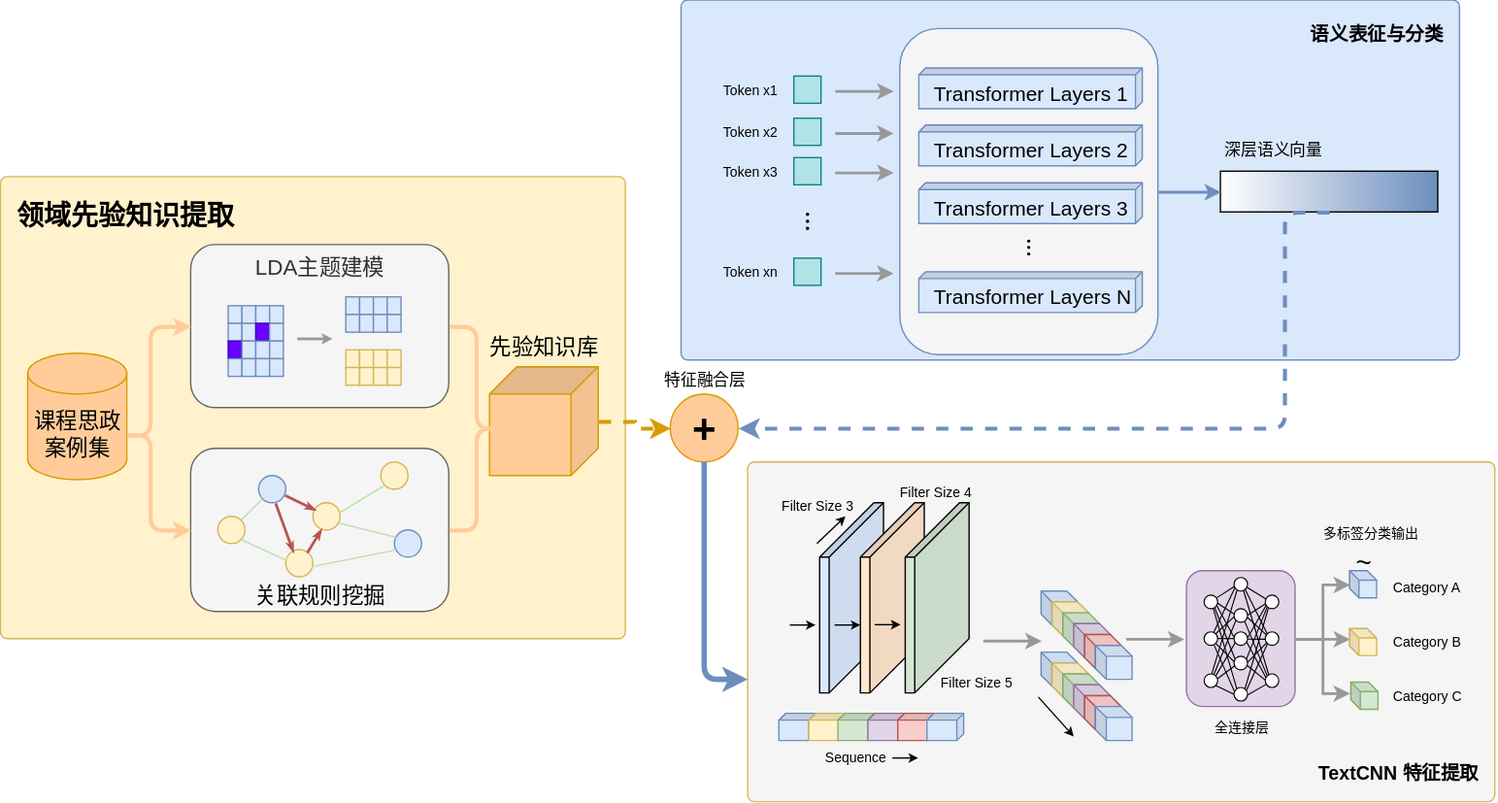
Before: 1.16小论文（思政元素）模型架构图.drawio.svg, a diagram exported from draw.io (handsome-tony/picture). Source tidied: cells renumbered, new cells last; positions are measured from the earlier drawing's top-left corner, leaving out a move shared by most shapes.
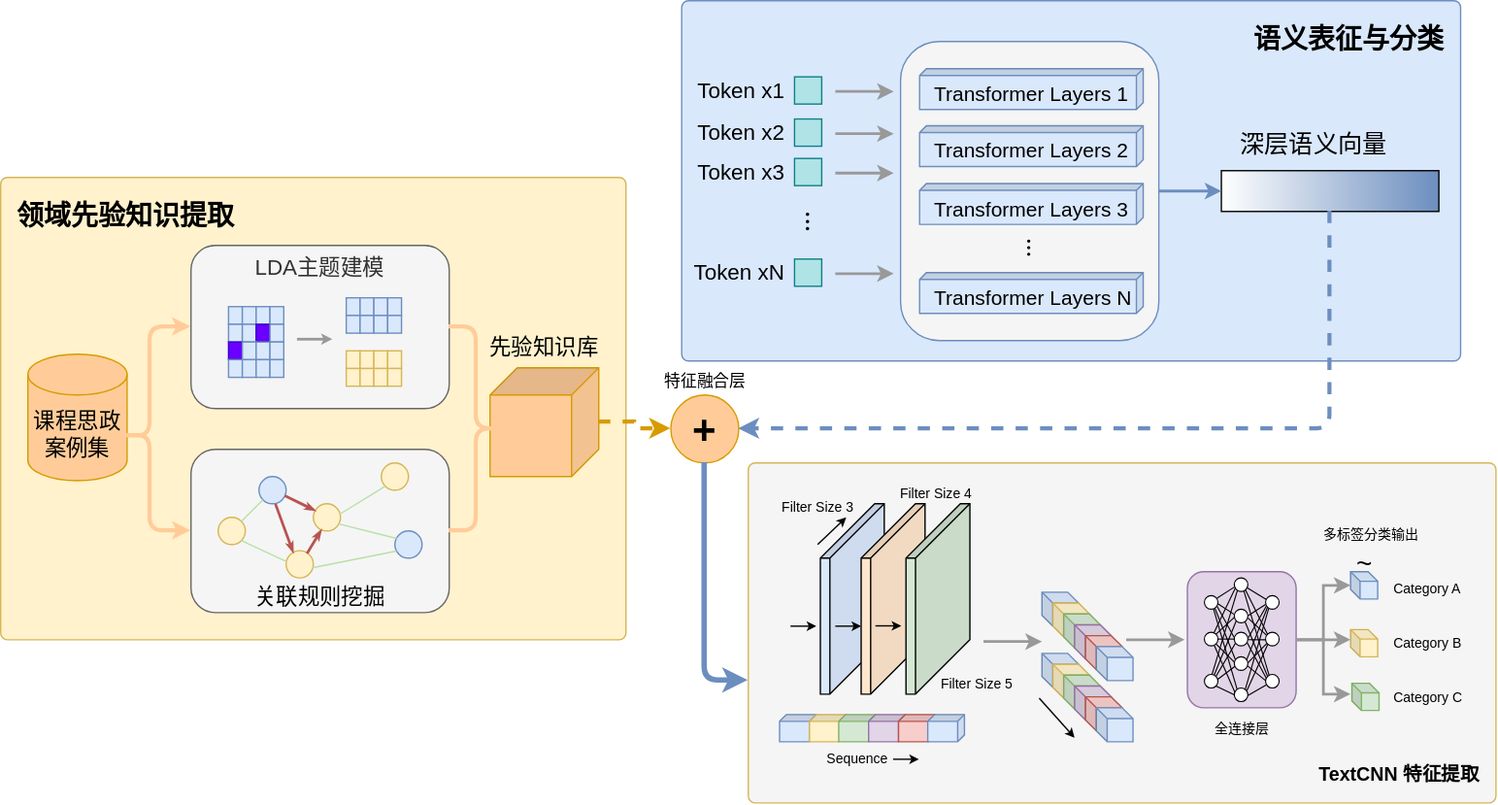
The same diagram one commit later.

Commit message:
更新1.16小论文（思政元素）模型架构图.drawio.svg

What changed in the source:
```diff
@@ -156,20 +156,20 @@
         </Array>
       </mxGeometry>
     </mxCell>
-    <mxCell id="45" value="语义表征与分类" style="rounded=1;whiteSpace=wrap;html=1;absoluteArcSize=1;arcSize=10;fillColor=#DAE8FC;strokeColor=#6c8ebf;verticalAlign=top;align=right;spacingRight=10;spacingTop=10;fontSize=14;fontStyle=1;" parent="1" vertex="1">
+    <mxCell id="45" value="&lt;font style=&quot;font-size: 20px;&quot;&gt;语义表征与分类&lt;/font&gt;" style="rounded=1;whiteSpace=wrap;html=1;absoluteArcSize=1;arcSize=10;fillColor=#DAE8FC;strokeColor=#6c8ebf;verticalAlign=top;align=right;spacingRight=10;spacingTop=10;fontSize=14;fontStyle=1;" parent="1" vertex="1">
       <mxGeometry x="501" width="573" height="265" as="geometry" />
     </mxCell>
     <mxCell id="46" style="rounded=0;whiteSpace=wrap;html=1;fillColor=#b0e3e6;strokeColor=#0e8088;" parent="1" vertex="1">
       <mxGeometry x="584" y="56" width="20" height="20" as="geometry" />
     </mxCell>
-    <mxCell id="47" value="Token x1" style="text;html=1;strokeColor=none;fillColor=none;align=right;verticalAlign=middle;whiteSpace=wrap;rounded=0;fontSize=10;" parent="1" vertex="1">
-      <mxGeometry x="514" y="56" width="60" height="20" as="geometry" />
+    <mxCell id="47" value="&lt;font style=&quot;font-size: 16px;&quot;&gt;Token x1&lt;/font&gt;" style="text;html=1;strokeColor=none;fillColor=none;align=right;verticalAlign=middle;whiteSpace=wrap;rounded=0;fontSize=10;" parent="1" vertex="1">
+      <mxGeometry x="505" y="56" width="74" height="20" as="geometry" />
     </mxCell>
     <mxCell id="48" value="BERT Layers" style="group;" parent="1" vertex="1">
       <mxGeometry x="662" y="30" width="200.5" height="231" as="geometry" />
     </mxCell>
     <mxCell id="49" style="rounded=1;whiteSpace=wrap;html=1;fillColor=#f5f5f5;strokeColor=#6C8EBF;" parent="48" vertex="1">
-      <mxGeometry y="-9" width="190" height="240" as="geometry" />
+      <mxGeometry width="190" height="220" as="geometry" />
     </mxCell>
     <mxCell id="50" value="&lt;font face=&quot;Times New Roman&quot; style=&quot;font-size: 19px;&quot;&gt;...&lt;/font&gt;" style="text;html=1;whiteSpace=wrap;strokeColor=none;fillColor=none;align=center;verticalAlign=middle;rounded=0;textDirection=vertical-lr;" parent="48" vertex="1">
       <mxGeometry x="89.5" y="148" width="18.9" height="9" as="geometry" />
@@ -199,10 +199,10 @@
       <mxGeometry x="22.5" y="173" width="164" height="20" as="geometry" />
     </mxCell>
     <mxCell id="59" style="rounded=0;whiteSpace=wrap;html=1;fillColor=default;gradientColor=#6c8ebf;gradientDirection=east;" parent="1" vertex="1">
-      <mxGeometry x="898" y="126" width="160" height="30" as="geometry" />
+      <mxGeometry x="898" y="125" width="160" height="30" as="geometry" />
     </mxCell>
-    <mxCell id="60" value="深层语义向量" style="text;html=1;strokeColor=none;fillColor=none;align=center;verticalAlign=middle;whiteSpace=wrap;rounded=0;" parent="1" vertex="1">
-      <mxGeometry x="857" y="100" width="160" height="20" as="geometry" />
+    <mxCell id="60" value="&lt;font style=&quot;font-size: 18px;&quot;&gt;深层语义向量&lt;/font&gt;" style="text;html=1;strokeColor=none;fillColor=none;align=center;verticalAlign=middle;whiteSpace=wrap;rounded=0;" parent="1" vertex="1">
+      <mxGeometry x="885.5" y="96" width="160" height="20" as="geometry" />
     </mxCell>
     <mxCell id="61" style="edgeStyle=orthogonalEdgeStyle;rounded=0;jettySize=auto;html=1;strokeColor=#6c8ebf;strokeWidth=2;" parent="1" edge="1" source="49" target="59">
       <mxGeometry relative="1" as="geometry" />
@@ -222,7 +222,7 @@
     <mxCell id="66" style="edgeStyle=orthogonalEdgeStyle;rounded=1;jettySize=auto;html=1;entryX=1;entryY=0.5;entryDx=0;entryDy=0;strokeColor=#6c8ebf;strokeWidth=3;dashed=1;exitX=0.5;exitY=1;exitDx=0;exitDy=0;" parent="1" edge="1" source="59" target="63">
       <mxGeometry relative="1" as="geometry">
         <Array as="points">
-          <mxPoint x="945" y="315" />
+          <mxPoint x="978" y="315" />
         </Array>
       </mxGeometry>
     </mxCell>
@@ -602,9 +602,6 @@
     <mxCell id="170" style="rounded=0;whiteSpace=wrap;html=1;fillColor=#b0e3e6;strokeColor=#0e8088;" parent="1" vertex="1">
       <mxGeometry x="584" y="87" width="20" height="20" as="geometry" />
     </mxCell>
-    <mxCell id="171" value="Token x2" style="text;html=1;strokeColor=none;fillColor=none;align=right;verticalAlign=middle;whiteSpace=wrap;rounded=0;fontSize=10;" parent="1" vertex="1">
-      <mxGeometry x="514" y="87" width="60" height="20" as="geometry" />
-    </mxCell>
     <mxCell id="172" style="edgeStyle=orthogonalEdgeStyle;rounded=0;orthogonalLoop=1;jettySize=auto;html=1;strokeColor=#999999;strokeWidth=2;" parent="1" edge="1">
       <mxGeometry relative="1" as="geometry">
         <mxPoint x="614" y="97.8" as="sourcePoint" />
@@ -614,9 +611,6 @@
     <mxCell id="173" style="rounded=0;whiteSpace=wrap;html=1;fillColor=#b0e3e6;strokeColor=#0e8088;" parent="1" vertex="1">
       <mxGeometry x="584" y="116" width="20" height="20" as="geometry" />
     </mxCell>
-    <mxCell id="174" value="Token x3" style="text;html=1;strokeColor=none;fillColor=none;align=right;verticalAlign=middle;whiteSpace=wrap;rounded=0;fontSize=10;" parent="1" vertex="1">
-      <mxGeometry x="514" y="116" width="60" height="20" as="geometry" />
-    </mxCell>
     <mxCell id="175" style="edgeStyle=orthogonalEdgeStyle;rounded=0;orthogonalLoop=1;jettySize=auto;html=1;strokeColor=#999999;strokeWidth=2;" parent="1" edge="1">
       <mxGeometry relative="1" as="geometry">
         <mxPoint x="614" y="126.8" as="sourcePoint" />
@@ -626,9 +620,6 @@
     <mxCell id="176" style="rounded=0;whiteSpace=wrap;html=1;fillColor=#b0e3e6;strokeColor=#0e8088;" parent="1" vertex="1">
       <mxGeometry x="584" y="190" width="20" height="20" as="geometry" />
     </mxCell>
-    <mxCell id="177" value="Token xn" style="text;html=1;strokeColor=none;fillColor=none;align=right;verticalAlign=middle;whiteSpace=wrap;rounded=0;fontSize=10;" parent="1" vertex="1">
-      <mxGeometry x="514" y="190" width="60" height="20" as="geometry" />
-    </mxCell>
     <mxCell id="178" style="edgeStyle=orthogonalEdgeStyle;rounded=0;orthogonalLoop=1;jettySize=auto;html=1;strokeColor=#999999;strokeWidth=2;" parent="1" edge="1">
       <mxGeometry relative="1" as="geometry">
         <mxPoint x="614" y="200.8" as="sourcePoint" />
@@ -638,5 +629,14 @@
     <mxCell id="179" value="&lt;font face=&quot;Times New Roman&quot; style=&quot;font-size: 21px;&quot;&gt;...&lt;/font&gt;" style="text;html=1;whiteSpace=wrap;strokeColor=none;fillColor=none;align=center;verticalAlign=middle;rounded=0;textDirection=vertical-lr;" parent="1" vertex="1">
       <mxGeometry x="590.5" y="158" width="17" height="9" as="geometry" />
     </mxCell>
+    <mxCell id="171" value="&lt;font style=&quot;font-size: 16px;&quot;&gt;Token x2&lt;/font&gt;" style="text;html=1;strokeColor=none;fillColor=none;align=right;verticalAlign=middle;whiteSpace=wrap;rounded=0;fontSize=10;" parent="1" vertex="1">
+      <mxGeometry x="505" y="87" width="74" height="20" as="geometry" />
+    </mxCell>
+    <mxCell id="174" value="&lt;font style=&quot;font-size: 16px;&quot;&gt;Token x3&lt;/font&gt;" style="text;html=1;strokeColor=none;fillColor=none;align=right;verticalAlign=middle;whiteSpace=wrap;rounded=0;fontSize=10;" parent="1" vertex="1">
+      <mxGeometry x="505" y="116" width="74" height="20" as="geometry" />
+    </mxCell>
+    <mxCell id="180" value="&lt;font style=&quot;font-size: 16px;&quot;&gt;Token xN&lt;/font&gt;" style="text;html=1;strokeColor=none;fillColor=none;align=right;verticalAlign=middle;whiteSpace=wrap;rounded=0;fontSize=10;" parent="1" vertex="1">
+      <mxGeometry x="505" y="190" width="74" height="20" as="geometry" />
+    </mxCell>
   </root>
 </mxGraphModel>
```
